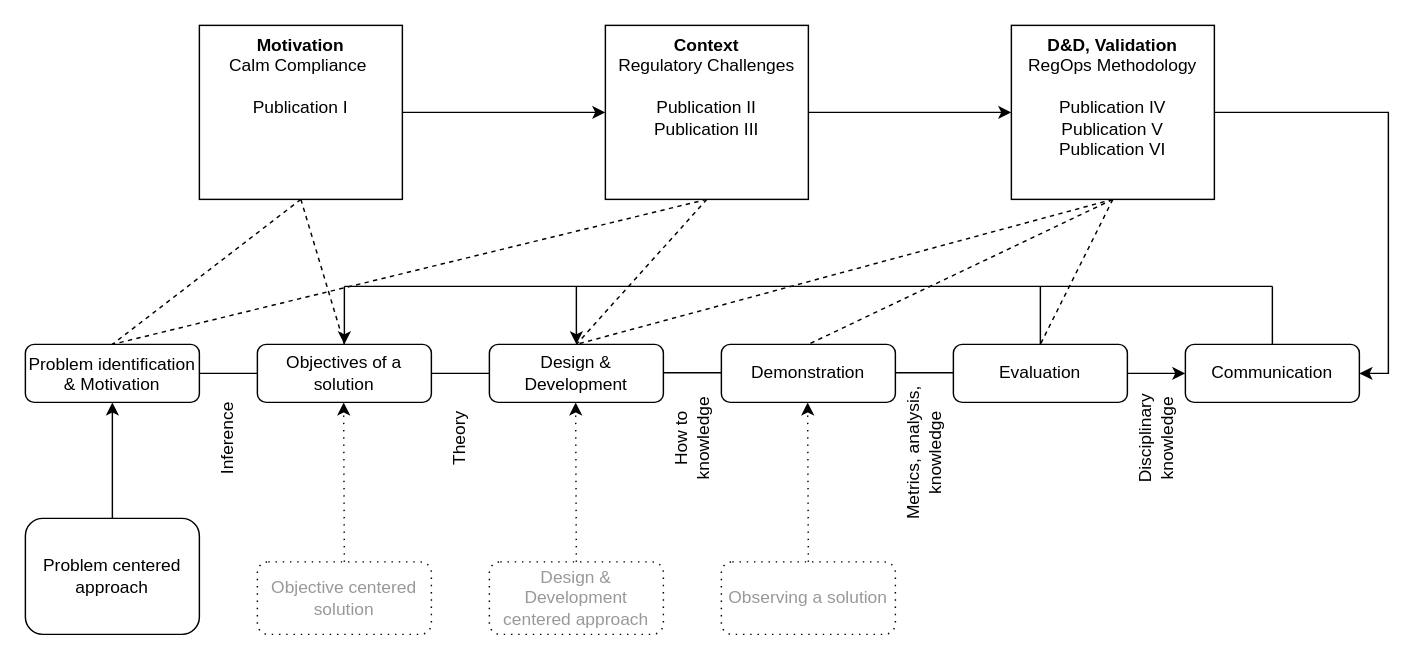
Before: dsrp_for_thesis_research.drawio in devgranlund/idea-settings, a draw.io diagram. Source tidied: cells renumbered, new cells numbered last; positions are measured from the earlier drawing's top-left corner, leaving out a move shared by most shapes. Both pictures are drawn from the tidied source at 145%, with x=0, y=0 at pixel (25, 25).
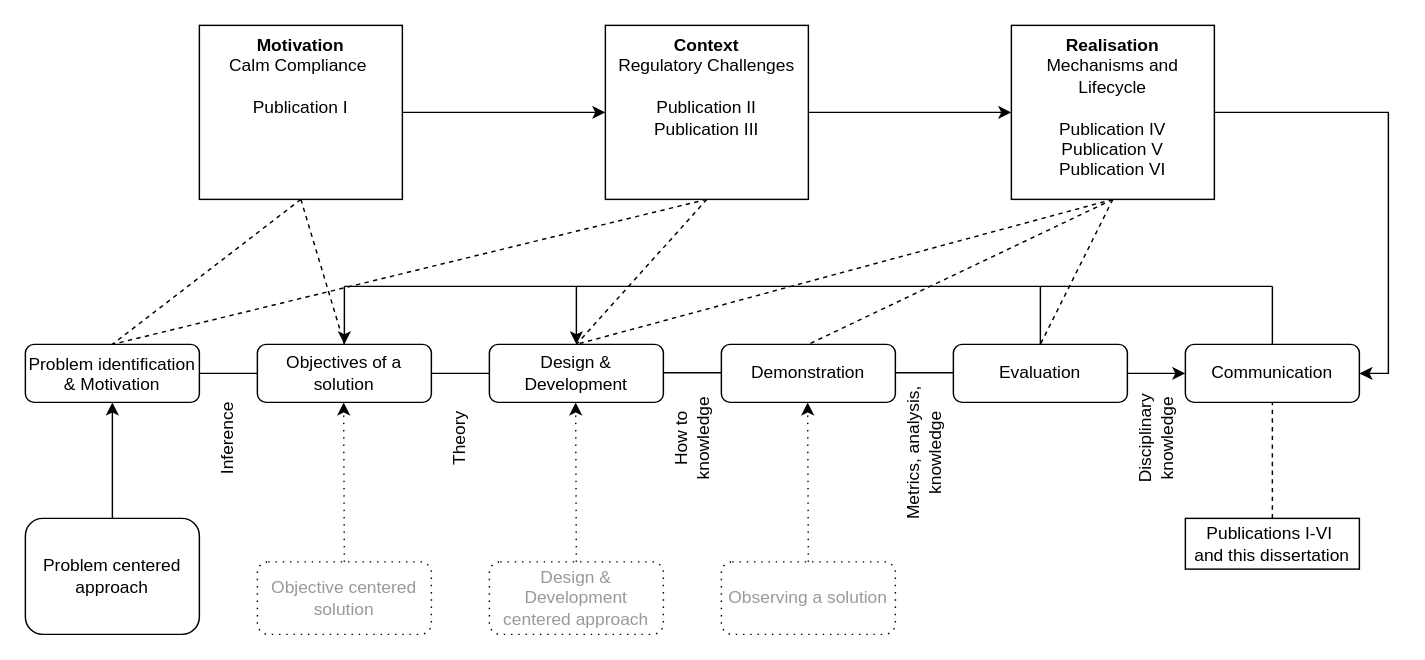
The same diagram, later.

Change to the diagram source:
```diff
@@
-    <mxCell id="43" value="&lt;b&gt;D&amp;amp;D, Validation&lt;/b&gt;&lt;br&gt;RegOps Methodology&lt;br&gt;&lt;br&gt;Publication IV&lt;br&gt;Publication V&lt;br&gt;Publication VI" style="rounded=0;whiteSpace=wrap;html=1;verticalAlign=top;" parent="1" vertex="1">
+    <mxCell id="43" value="&lt;b&gt;Realisation&lt;/b&gt;&lt;br&gt;Mechanisms and Lifecycle&lt;br&gt;&lt;br&gt;Publication IV&lt;br&gt;Publication V&lt;br&gt;Publication VI" style="rounded=0;whiteSpace=wrap;html=1;verticalAlign=top;" parent="1" vertex="1">
       <mxGeometry x="680" width="140" height="120" as="geometry" />
     </mxCell>
+    <mxCell id="44" value="Publications I-VI&amp;nbsp;&lt;div&gt;and this dissertation&lt;/div&gt;" style="rounded=0;whiteSpace=wrap;html=1;fontSize=12;glass=0;strokeWidth=1;shadow=0;verticalAlign=middle;" parent="1" vertex="1">
+      <mxGeometry x="800" y="340" width="120" height="35" as="geometry" />
+    </mxCell>
+    <mxCell id="45" style="endArrow=none;html=1;rounded=0;exitX=0.5;exitY=0;exitDx=0;exitDy=0;entryX=0.5;entryY=1;entryDx=0;entryDy=0;endFill=0;dashed=1;" parent="1" edge="1" source="44">
+      <mxGeometry relative="1" as="geometry">
+        <mxPoint x="860" y="260" as="targetPoint" />
+      </mxGeometry>
+    </mxCell>
```
